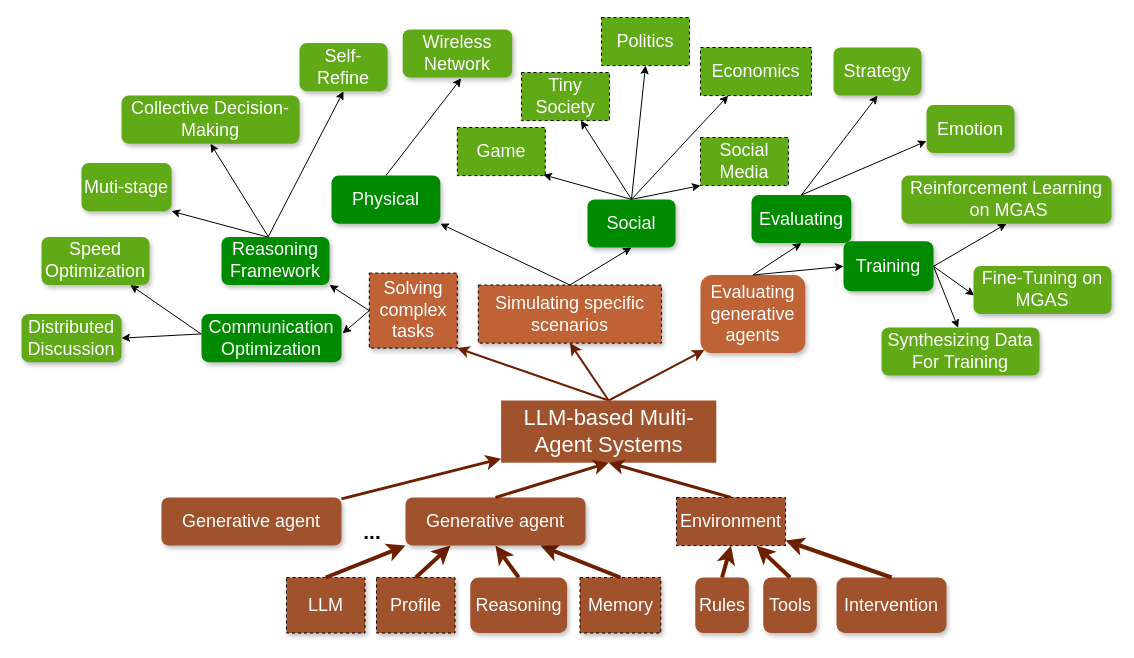
The draw.io diagram mgas.drawio in bianhua-12/Multi-generative_Agent_System_survey, before the edit. Source tidied: cells renumbered, new cells numbered last; positions are measured from the earlier drawing's top-left corner, leaving out a move shared by most shapes. Both pictures are drawn from the tidied source at 100%, with x=0, y=0 at pixel (21, 17).
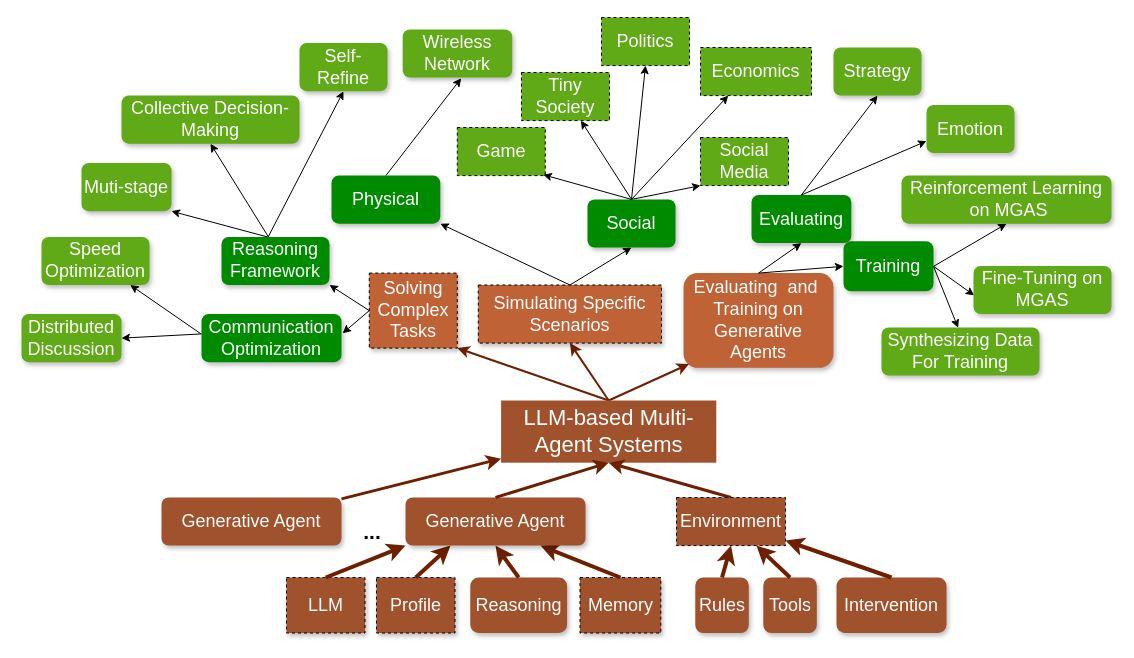
After the change.

The edit, as a diff of the source:
```diff
@@
-    <mxCell id="3" value="&lt;div style=&quot;font-size: 18px;&quot;&gt;Evaluating generative&lt;/div&gt;&lt;div style=&quot;font-size: 18px;&quot;&gt;agents&lt;/div&gt;" style="rounded=1;whiteSpace=wrap;html=1;fillColor=#BF6236;strokeColor=none;fontColor=#FFFFFF;fontSize=18;shadow=1;glass=0;" parent="1" vertex="1">
-      <mxGeometry x="679" y="257.5" width="104.8" height="78.1" as="geometry" />
+    <mxCell id="3" value="&lt;div style=&quot;font-size: 18px;&quot;&gt;Evaluating&amp;nbsp; and&amp;nbsp; Training on Generative&lt;/div&gt;&lt;div style=&quot;font-size: 18px;&quot;&gt;Agents&lt;/div&gt;" style="rounded=1;whiteSpace=wrap;html=1;fillColor=#BF6236;strokeColor=none;fontColor=#FFFFFF;fontSize=18;shadow=1;glass=0;" parent="1" vertex="1">
+      <mxGeometry x="662" y="255.6" width="150" height="94.7" as="geometry" />
     </mxCell>
@@
-    <mxCell id="8" value="Solving complex tasks" style="rounded=0;whiteSpace=wrap;html=1;fillColor=#BF6236;strokeColor=default;fontColor=#FFFFFF;fontSize=18;glass=0;shadow=1;dashed=1;" parent="1" vertex="1">
+    <mxCell id="8" value="Solving Complex Tasks" style="rounded=0;whiteSpace=wrap;html=1;fillColor=#BF6236;strokeColor=default;fontColor=#FFFFFF;fontSize=18;glass=0;shadow=1;dashed=1;" parent="1" vertex="1">
       <mxGeometry x="347.8" y="255.6" width="88" height="75" as="geometry" />
     </mxCell>
@@
-    <mxCell id="11" value="&lt;div style=&quot;font-size: 18px;&quot;&gt;Simulating specific s&lt;span style=&quot;background-color: initial; font-size: 18px;&quot;&gt;cenarios&lt;/span&gt;&lt;/div&gt;" style="rounded=0;whiteSpace=wrap;html=1;fillColor=light-dark(#BF6236,#CC7C56);strokeColor=default;fontColor=#FFFFFF;fontSize=18;glass=0;shadow=1;gradientColor=none;dashed=1;" parent="1" vertex="1">
+    <mxCell id="11" value="&lt;div style=&quot;font-size: 18px;&quot;&gt;Simulating Specific S&lt;span style=&quot;background-color: initial; font-size: 18px;&quot;&gt;cenarios&lt;/span&gt;&lt;/div&gt;" style="rounded=0;whiteSpace=wrap;html=1;fillColor=light-dark(#BF6236,#CC7C56);strokeColor=default;fontColor=#FFFFFF;fontSize=18;glass=0;shadow=1;gradientColor=none;dashed=1;" parent="1" vertex="1">
       <mxGeometry x="456.8" y="267.5" width="183.2" height="58.1" as="geometry" />
     </mxCell>
@@
-    <mxCell id="59" value="Generative agent" style="rounded=1;whiteSpace=wrap;html=1;fillColor=#a0522d;fontColor=#ffffff;strokeColor=none;fontSize=18;glass=0;shadow=1;" parent="1" vertex="1">
+    <mxCell id="59" value="Generative Agent" style="rounded=1;whiteSpace=wrap;html=1;fillColor=#a0522d;fontColor=#ffffff;strokeColor=none;fontSize=18;glass=0;shadow=1;" parent="1" vertex="1">
       <mxGeometry x="384" y="480" width="180" height="48.1" as="geometry" />
     </mxCell>
@@
-    <mxCell id="71" value="Generative agent" style="rounded=1;whiteSpace=wrap;html=1;fillColor=#a0522d;fontColor=#ffffff;strokeColor=none;fontSize=18;glass=0;shadow=1;" parent="1" vertex="1">
+    <mxCell id="71" value="Generative Agent" style="rounded=1;whiteSpace=wrap;html=1;fillColor=#a0522d;fontColor=#ffffff;strokeColor=none;fontSize=18;glass=0;shadow=1;" parent="1" vertex="1">
       <mxGeometry x="140" y="480" width="180" height="48.1" as="geometry" />
     </mxCell>
```
